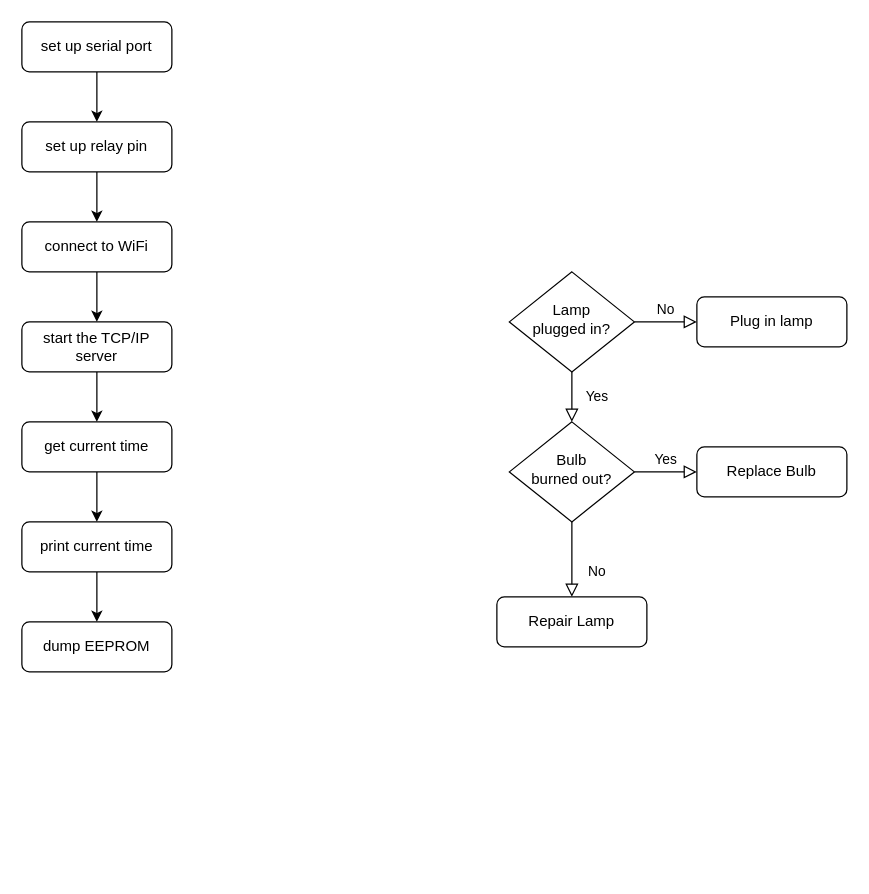
Earlier version of the draw.io diagram docs/raindance-flowchart.drawio (SeaGuy/raindance). Source tidied: cells renumbered, new cells numbered last; positions are measured from the earlier drawing's top-left corner, leaving out a move shared by most shapes. Both pictures are drawn from the tidied source at 125%, with x=0, y=0 at pixel (21, 21).
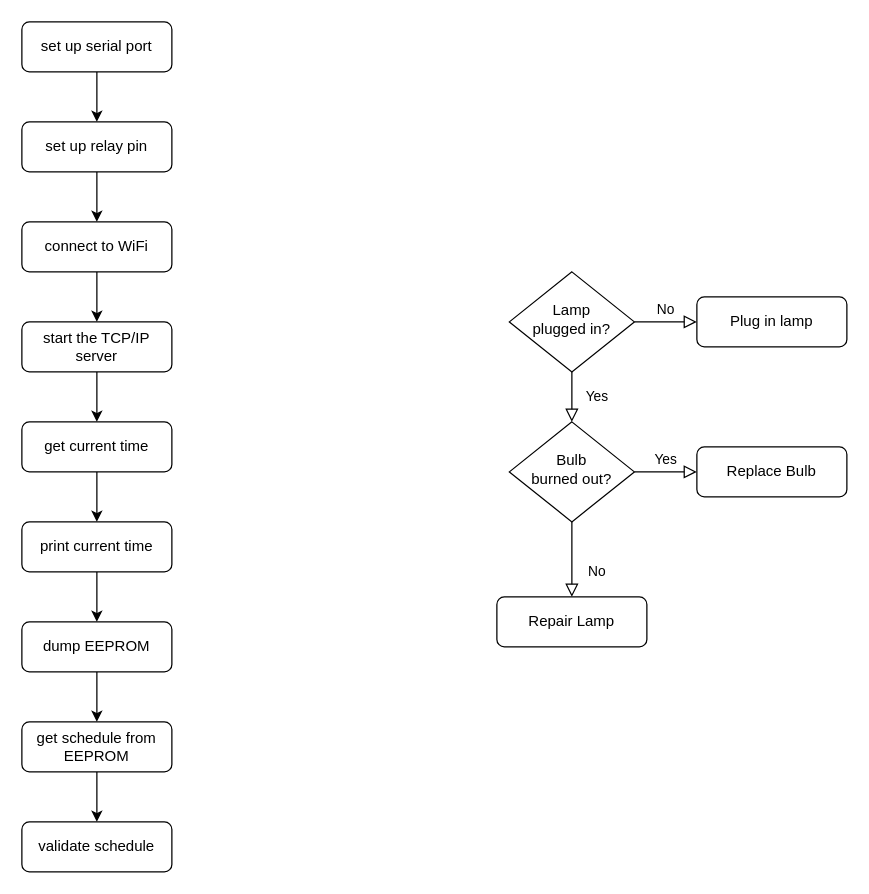
After the change.

Unchanged cells that the change refers to:
```xml
<mxCell id="23" value="dump EEPROM" style="rounded=1;whiteSpace=wrap;html=1;fontSize=12;glass=0;strokeWidth=1;shadow=0;" parent="1" vertex="1">
  <mxGeometry y="480" width="120" height="40" as="geometry" />
</mxCell>
```

What changed in the source:
```diff
@@
+    <mxCell id="24" style="edgeStyle=orthogonalEdgeStyle;rounded=0;jettySize=auto;html=1;" parent="1" edge="1" source="23" target="26">
+      <mxGeometry relative="1" as="geometry" />
+    </mxCell>
@@
+    <mxCell id="25" style="edgeStyle=orthogonalEdgeStyle;rounded=0;jettySize=auto;html=1;" parent="1" edge="1" source="26" target="27">
+      <mxGeometry relative="1" as="geometry" />
+    </mxCell>
+    <mxCell id="26" value="get schedule from EEPROM" style="rounded=1;whiteSpace=wrap;html=1;fontSize=12;glass=0;strokeWidth=1;shadow=0;" parent="1" vertex="1">
+      <mxGeometry y="560" width="120" height="40" as="geometry" />
+    </mxCell>
+    <mxCell id="27" value="validate schedule" style="rounded=1;whiteSpace=wrap;html=1;fontSize=12;glass=0;strokeWidth=1;shadow=0;" parent="1" vertex="1">
+      <mxGeometry y="640" width="120" height="40" as="geometry" />
+    </mxCell>
```
